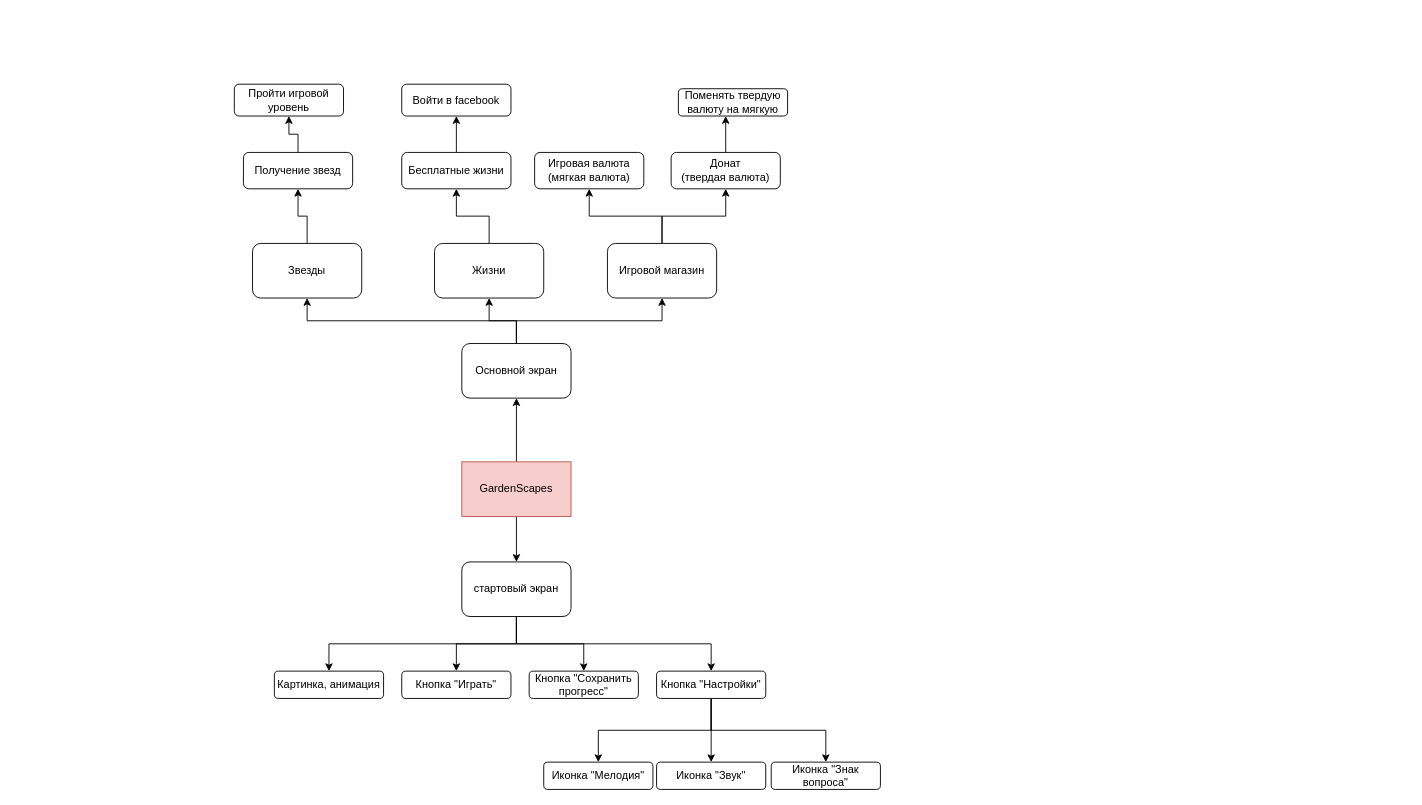
The draw.io diagram Hometask3/mind-map_for_Gardenscapes.drawio in NatPopstar/Otus, before the edit. Source tidied: cells renumbered, new cells numbered last; positions are measured from the earlier drawing's top-left corner, leaving out a move shared by most shapes. Both pictures are drawn from the tidied source at 91%, with x=0, y=0 at pixel (234, 84).
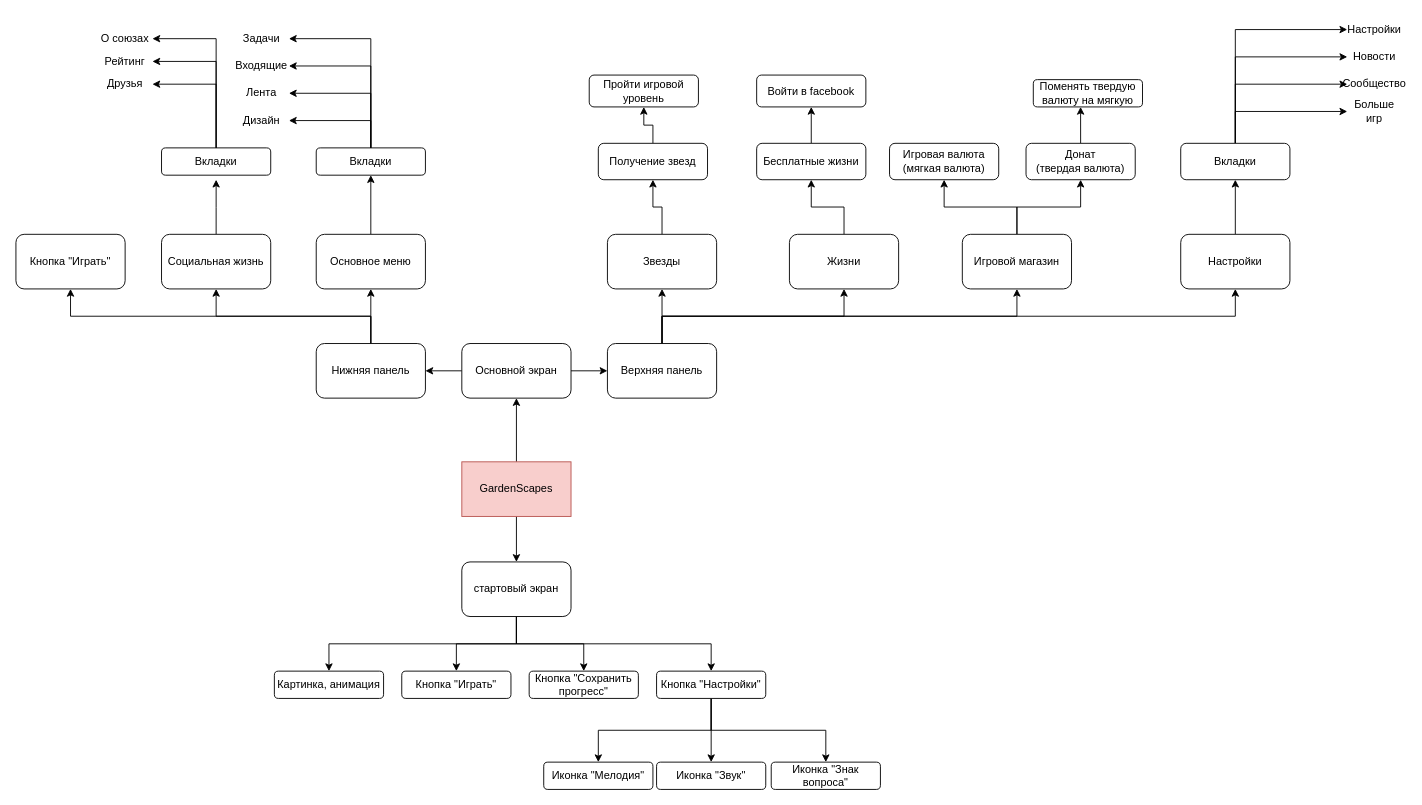
After the change.

The change refers to these unchanged cells:
```xml
<mxCell id="23" value="Основной экран" style="rounded=1;whiteSpace=wrap;html=1;" parent="1" vertex="1">
  <mxGeometry x="250" y="285" width="120" height="60" as="geometry" />
</mxCell>
```

What changed in the source:
```diff
@@
-    <mxCell id="20" style="edgeStyle=orthogonalEdgeStyle;rounded=0;jettySize=auto;html=1;exitX=0.5;exitY=0;exitDx=0;exitDy=0;entryX=0.5;entryY=1;entryDx=0;entryDy=0;" parent="1" edge="1" source="23" target="26">
-      <mxGeometry relative="1" as="geometry" />
-    </mxCell>
-    <mxCell id="21" style="edgeStyle=orthogonalEdgeStyle;rounded=0;jettySize=auto;html=1;exitX=0.5;exitY=0;exitDx=0;exitDy=0;entryX=0.5;entryY=1;entryDx=0;entryDy=0;" parent="1" edge="1" source="23" target="32">
-      <mxGeometry relative="1" as="geometry" />
-    </mxCell>
-    <mxCell id="22" style="edgeStyle=orthogonalEdgeStyle;rounded=0;jettySize=auto;html=1;exitX=0.5;exitY=0;exitDx=0;exitDy=0;entryX=0.5;entryY=1;entryDx=0;entryDy=0;" parent="1" edge="1" source="23" target="37">
-      <mxGeometry relative="1" as="geometry" />
-    </mxCell>
+    <mxCell id="41" style="edgeStyle=orthogonalEdgeStyle;rounded=0;jettySize=auto;html=1;exitX=1;exitY=0.5;exitDx=0;exitDy=0;entryX=0;entryY=0.5;entryDx=0;entryDy=0;" parent="1" edge="1" source="23" target="62">
+      <mxGeometry relative="1" as="geometry" />
+    </mxCell>
+    <mxCell id="42" style="edgeStyle=orthogonalEdgeStyle;rounded=0;jettySize=auto;html=1;exitX=0;exitY=0.5;exitDx=0;exitDy=0;entryX=1;entryY=0.5;entryDx=0;entryDy=0;" parent="1" edge="1" source="23" target="57">
+      <mxGeometry relative="1" as="geometry" />
+    </mxCell>
@@
     <mxCell id="26" value="Игровой магазин" style="rounded=1;whiteSpace=wrap;html=1;" parent="1" vertex="1">
-      <mxGeometry x="410" y="175" width="120" height="60" as="geometry" />
+      <mxGeometry x="800" y="165" width="120" height="60" as="geometry" />
     </mxCell>
     <mxCell id="27" value="Игровая валюта&lt;br&gt;(мягкая валюта)" style="rounded=1;whiteSpace=wrap;html=1;" parent="1" vertex="1">
-      <mxGeometry x="330" y="75" width="120" height="40" as="geometry" />
+      <mxGeometry x="720" y="65" width="120" height="40" as="geometry" />
     </mxCell>
@@
     <mxCell id="29" value="Донат &lt;br&gt;(твердая валюта)" style="rounded=1;whiteSpace=wrap;html=1;" parent="1" vertex="1">
-      <mxGeometry x="480" y="75" width="120" height="40" as="geometry" />
+      <mxGeometry x="870" y="65" width="120" height="40" as="geometry" />
     </mxCell>
     <mxCell id="30" value="Поменять твердую валюту на мягкую" style="rounded=1;whiteSpace=wrap;html=1;" parent="1" vertex="1">
-      <mxGeometry x="488" y="5" width="120" height="30" as="geometry" />
+      <mxGeometry x="878" y="-5" width="120" height="30" as="geometry" />
     </mxCell>
@@
     <mxCell id="32" value="Жизни" style="rounded=1;whiteSpace=wrap;html=1;" parent="1" vertex="1">
-      <mxGeometry x="220" y="175" width="120" height="60" as="geometry" />
+      <mxGeometry x="610" y="165" width="120" height="60" as="geometry" />
     </mxCell>
@@
     <mxCell id="34" value="Бесплатные жизни" style="rounded=1;whiteSpace=wrap;html=1;" parent="1" vertex="1">
-      <mxGeometry x="184" y="75" width="120" height="40" as="geometry" />
+      <mxGeometry x="574" y="65" width="120" height="40" as="geometry" />
     </mxCell>
     <mxCell id="35" value="Войти в facebook" style="rounded=1;whiteSpace=wrap;html=1;" parent="1" vertex="1">
-      <mxGeometry x="184" width="120" height="35" as="geometry" />
+      <mxGeometry x="574" y="-10" width="120" height="35" as="geometry" />
     </mxCell>
@@
     <mxCell id="37" value="Звезды" style="rounded=1;whiteSpace=wrap;html=1;" parent="1" vertex="1">
-      <mxGeometry x="20" y="175" width="120" height="60" as="geometry" />
+      <mxGeometry x="410" y="165" width="120" height="60" as="geometry" />
     </mxCell>
@@
     <mxCell id="39" value="Получение звезд" style="rounded=1;whiteSpace=wrap;html=1;" parent="1" vertex="1">
-      <mxGeometry x="10" y="75" width="120" height="40" as="geometry" />
+      <mxGeometry x="400" y="65" width="120" height="40" as="geometry" />
     </mxCell>
     <mxCell id="40" value="Пройти игровой уровень" style="rounded=1;whiteSpace=wrap;html=1;" parent="1" vertex="1">
-      <mxGeometry width="120" height="35" as="geometry" />
+      <mxGeometry x="390" y="-10" width="120" height="35" as="geometry" />
     </mxCell>
+    <mxCell id="43" style="edgeStyle=orthogonalEdgeStyle;rounded=0;jettySize=auto;html=1;exitX=0.5;exitY=0;exitDx=0;exitDy=0;" parent="1" edge="1" source="44" target="49">
+      <mxGeometry relative="1" as="geometry" />
+    </mxCell>
+    <mxCell id="44" value="Настройки" style="rounded=1;whiteSpace=wrap;html=1;" parent="1" vertex="1">
+      <mxGeometry x="1040" y="165" width="120" height="60" as="geometry" />
+    </mxCell>
+    <mxCell id="45" style="edgeStyle=orthogonalEdgeStyle;rounded=0;jettySize=auto;html=1;exitX=0.5;exitY=0;exitDx=0;exitDy=0;entryX=0;entryY=0.5;entryDx=0;entryDy=0;" parent="1" edge="1" source="49" target="50">
+      <mxGeometry relative="1" as="geometry" />
+    </mxCell>
+    <mxCell id="46" style="edgeStyle=orthogonalEdgeStyle;rounded=0;jettySize=auto;html=1;exitX=0.5;exitY=0;exitDx=0;exitDy=0;entryX=0;entryY=0.5;entryDx=0;entryDy=0;" parent="1" edge="1" source="49" target="51">
+      <mxGeometry relative="1" as="geometry" />
+    </mxCell>
+    <mxCell id="47" style="edgeStyle=orthogonalEdgeStyle;rounded=0;jettySize=auto;html=1;exitX=0.5;exitY=0;exitDx=0;exitDy=0;entryX=0;entryY=0.5;entryDx=0;entryDy=0;" parent="1" edge="1" source="49" target="52">
+      <mxGeometry relative="1" as="geometry" />
+    </mxCell>
+    <mxCell id="48" style="edgeStyle=orthogonalEdgeStyle;rounded=0;jettySize=auto;html=1;exitX=0.5;exitY=0;exitDx=0;exitDy=0;entryX=0;entryY=0.5;entryDx=0;entryDy=0;" parent="1" edge="1" source="49" target="53">
+      <mxGeometry relative="1" as="geometry" />
+    </mxCell>
+    <mxCell id="49" value="Вкладки" style="rounded=1;whiteSpace=wrap;html=1;" parent="1" vertex="1">
+      <mxGeometry x="1040" y="65" width="120" height="40" as="geometry" />
+    </mxCell>
+    <mxCell id="50" value="Настройки" style="text;html=1;strokeColor=none;fillColor=none;align=center;verticalAlign=middle;whiteSpace=wrap;rounded=0;" parent="1" vertex="1">
+      <mxGeometry x="1223" y="-75" width="60" height="30" as="geometry" />
+    </mxCell>
+    <mxCell id="51" value="Новости" style="text;html=1;strokeColor=none;fillColor=none;align=center;verticalAlign=middle;whiteSpace=wrap;rounded=0;" parent="1" vertex="1">
+      <mxGeometry x="1223" y="-45" width="60" height="30" as="geometry" />
+    </mxCell>
+    <mxCell id="52" value="Сообщество" style="text;html=1;strokeColor=none;fillColor=none;align=center;verticalAlign=middle;whiteSpace=wrap;rounded=0;" parent="1" vertex="1">
+      <mxGeometry x="1223" y="-15" width="60" height="30" as="geometry" />
+    </mxCell>
+    <mxCell id="53" value="Больше игр" style="text;html=1;strokeColor=none;fillColor=none;align=center;verticalAlign=middle;whiteSpace=wrap;rounded=0;" parent="1" vertex="1">
+      <mxGeometry x="1223" y="15" width="60" height="30" as="geometry" />
+    </mxCell>
+    <mxCell id="54" style="edgeStyle=orthogonalEdgeStyle;rounded=0;jettySize=auto;html=1;exitX=0.5;exitY=0;exitDx=0;exitDy=0;entryX=0.5;entryY=1;entryDx=0;entryDy=0;" parent="1" edge="1" source="57" target="64">
+      <mxGeometry relative="1" as="geometry" />
+    </mxCell>
+    <mxCell id="55" style="edgeStyle=orthogonalEdgeStyle;rounded=0;jettySize=auto;html=1;exitX=0.5;exitY=0;exitDx=0;exitDy=0;entryX=0.5;entryY=1;entryDx=0;entryDy=0;" parent="1" edge="1" source="57" target="75">
+      <mxGeometry relative="1" as="geometry" />
+    </mxCell>
+    <mxCell id="56" style="edgeStyle=orthogonalEdgeStyle;rounded=0;jettySize=auto;html=1;exitX=0.5;exitY=0;exitDx=0;exitDy=0;entryX=0.5;entryY=1;entryDx=0;entryDy=0;" parent="1" edge="1" source="57" target="83">
+      <mxGeometry relative="1" as="geometry" />
+    </mxCell>
+    <mxCell id="57" value="Нижняя панель" style="rounded=1;whiteSpace=wrap;html=1;" parent="1" vertex="1">
+      <mxGeometry x="90" y="285" width="120" height="60" as="geometry" />
+    </mxCell>
+    <mxCell id="58" style="edgeStyle=orthogonalEdgeStyle;rounded=0;jettySize=auto;html=1;exitX=0.5;exitY=0;exitDx=0;exitDy=0;entryX=0.5;entryY=1;entryDx=0;entryDy=0;" parent="1" edge="1" source="62" target="37">
+      <mxGeometry relative="1" as="geometry" />
+    </mxCell>
+    <mxCell id="59" style="edgeStyle=orthogonalEdgeStyle;rounded=0;jettySize=auto;html=1;exitX=0.5;exitY=0;exitDx=0;exitDy=0;" parent="1" edge="1" source="62" target="32">
+      <mxGeometry relative="1" as="geometry" />
+    </mxCell>
+    <mxCell id="60" style="edgeStyle=orthogonalEdgeStyle;rounded=0;jettySize=auto;html=1;exitX=0.5;exitY=0;exitDx=0;exitDy=0;entryX=0.5;entryY=1;entryDx=0;entryDy=0;" parent="1" edge="1" source="62" target="26">
+      <mxGeometry relative="1" as="geometry" />
+    </mxCell>
+    <mxCell id="61" style="edgeStyle=orthogonalEdgeStyle;rounded=0;jettySize=auto;html=1;exitX=0.5;exitY=0;exitDx=0;exitDy=0;" parent="1" edge="1" source="62" target="44">
+      <mxGeometry relative="1" as="geometry" />
+    </mxCell>
+    <mxCell id="62" value="Верхняя панель" style="rounded=1;whiteSpace=wrap;html=1;" parent="1" vertex="1">
+      <mxGeometry x="410" y="285" width="120" height="60" as="geometry" />
+    </mxCell>
+    <mxCell id="63" style="edgeStyle=orthogonalEdgeStyle;rounded=0;jettySize=auto;html=1;exitX=0.5;exitY=0;exitDx=0;exitDy=0;" parent="1" edge="1" source="64" target="69">
+      <mxGeometry relative="1" as="geometry" />
+    </mxCell>
+    <mxCell id="64" value="Основное меню" style="rounded=1;whiteSpace=wrap;html=1;" parent="1" vertex="1">
+      <mxGeometry x="90" y="165" width="120" height="60" as="geometry" />
+    </mxCell>
+    <mxCell id="65" style="edgeStyle=orthogonalEdgeStyle;rounded=0;jettySize=auto;html=1;exitX=0.5;exitY=0;exitDx=0;exitDy=0;entryX=1;entryY=0.5;entryDx=0;entryDy=0;" parent="1" edge="1" source="69" target="73">
+      <mxGeometry relative="1" as="geometry" />
+    </mxCell>
+    <mxCell id="66" style="edgeStyle=orthogonalEdgeStyle;rounded=0;jettySize=auto;html=1;exitX=0.5;exitY=0;exitDx=0;exitDy=0;entryX=1;entryY=0.5;entryDx=0;entryDy=0;" parent="1" edge="1" source="69" target="72">
+      <mxGeometry relative="1" as="geometry" />
+    </mxCell>
+    <mxCell id="67" style="edgeStyle=orthogonalEdgeStyle;rounded=0;jettySize=auto;html=1;exitX=0.5;exitY=0;exitDx=0;exitDy=0;entryX=1;entryY=0.5;entryDx=0;entryDy=0;" parent="1" edge="1" source="69" target="71">
+      <mxGeometry relative="1" as="geometry" />
+    </mxCell>
+    <mxCell id="68" style="edgeStyle=orthogonalEdgeStyle;rounded=0;jettySize=auto;html=1;exitX=0.5;exitY=0;exitDx=0;exitDy=0;entryX=1;entryY=0.5;entryDx=0;entryDy=0;" parent="1" edge="1" source="69" target="70">
+      <mxGeometry relative="1" as="geometry" />
+    </mxCell>
+    <mxCell id="69" value="Вкладки" style="rounded=1;whiteSpace=wrap;html=1;" parent="1" vertex="1">
+      <mxGeometry x="90" y="70" width="120" height="30" as="geometry" />
+    </mxCell>
+    <mxCell id="70" value="Задачи" style="text;html=1;strokeColor=none;fillColor=none;align=center;verticalAlign=middle;whiteSpace=wrap;rounded=0;" parent="1" vertex="1">
+      <mxGeometry y="-65" width="60" height="30" as="geometry" />
+    </mxCell>
+    <mxCell id="71" value="Входящие" style="text;html=1;strokeColor=none;fillColor=none;align=center;verticalAlign=middle;whiteSpace=wrap;rounded=0;" parent="1" vertex="1">
+      <mxGeometry y="-35" width="60" height="30" as="geometry" />
+    </mxCell>
+    <mxCell id="72" value="Лента" style="text;html=1;strokeColor=none;fillColor=none;align=center;verticalAlign=middle;whiteSpace=wrap;rounded=0;" parent="1" vertex="1">
+      <mxGeometry y="-5" width="60" height="30" as="geometry" />
+    </mxCell>
+    <mxCell id="73" value="Дизайн" style="text;html=1;strokeColor=none;fillColor=none;align=center;verticalAlign=middle;whiteSpace=wrap;rounded=0;" parent="1" vertex="1">
+      <mxGeometry y="25" width="60" height="30" as="geometry" />
+    </mxCell>
+    <mxCell id="74" style="edgeStyle=orthogonalEdgeStyle;rounded=0;jettySize=auto;html=1;exitX=0.5;exitY=0;exitDx=0;exitDy=0;" parent="1" edge="1" source="75">
+      <mxGeometry relative="1" as="geometry">
+        <mxPoint x="-20" y="105" as="targetPoint" />
+      </mxGeometry>
+    </mxCell>
+    <mxCell id="75" value="Социальная жизнь" style="rounded=1;whiteSpace=wrap;html=1;" parent="1" vertex="1">
+      <mxGeometry x="-80" y="165" width="120" height="60" as="geometry" />
+    </mxCell>
+    <mxCell id="76" style="edgeStyle=orthogonalEdgeStyle;rounded=0;jettySize=auto;html=1;exitX=0.5;exitY=0;exitDx=0;exitDy=0;entryX=1;entryY=0.5;entryDx=0;entryDy=0;" parent="1" edge="1" source="79" target="80">
+      <mxGeometry relative="1" as="geometry" />
+    </mxCell>
+    <mxCell id="77" style="edgeStyle=orthogonalEdgeStyle;rounded=0;jettySize=auto;html=1;exitX=0.5;exitY=0;exitDx=0;exitDy=0;entryX=1;entryY=0.5;entryDx=0;entryDy=0;" parent="1" edge="1" source="79" target="81">
+      <mxGeometry relative="1" as="geometry" />
+    </mxCell>
+    <mxCell id="78" style="edgeStyle=orthogonalEdgeStyle;rounded=0;jettySize=auto;html=1;exitX=0.5;exitY=0;exitDx=0;exitDy=0;entryX=1;entryY=0.5;entryDx=0;entryDy=0;" parent="1" edge="1" source="79" target="82">
+      <mxGeometry relative="1" as="geometry" />
+    </mxCell>
+    <mxCell id="79" value="Вкладки" style="rounded=1;whiteSpace=wrap;html=1;" parent="1" vertex="1">
+      <mxGeometry x="-80" y="70" width="120" height="30" as="geometry" />
+    </mxCell>
+    <mxCell id="80" value="О союзах" style="text;html=1;strokeColor=none;fillColor=none;align=center;verticalAlign=middle;whiteSpace=wrap;rounded=0;" parent="1" vertex="1">
+      <mxGeometry x="-150" y="-65" width="60" height="30" as="geometry" />
+    </mxCell>
+    <mxCell id="81" value="Рейтинг" style="text;html=1;strokeColor=none;fillColor=none;align=center;verticalAlign=middle;whiteSpace=wrap;rounded=0;" parent="1" vertex="1">
+      <mxGeometry x="-150" y="-40" width="60" height="30" as="geometry" />
+    </mxCell>
+    <mxCell id="82" value="Друзья" style="text;html=1;strokeColor=none;fillColor=none;align=center;verticalAlign=middle;whiteSpace=wrap;rounded=0;" parent="1" vertex="1">
+      <mxGeometry x="-150" y="-15" width="60" height="30" as="geometry" />
+    </mxCell>
+    <mxCell id="83" value="Кнопка &quot;Играть&quot;" style="rounded=1;whiteSpace=wrap;html=1;" parent="1" vertex="1">
+      <mxGeometry x="-240" y="165" width="120" height="60" as="geometry" />
+    </mxCell>
```
